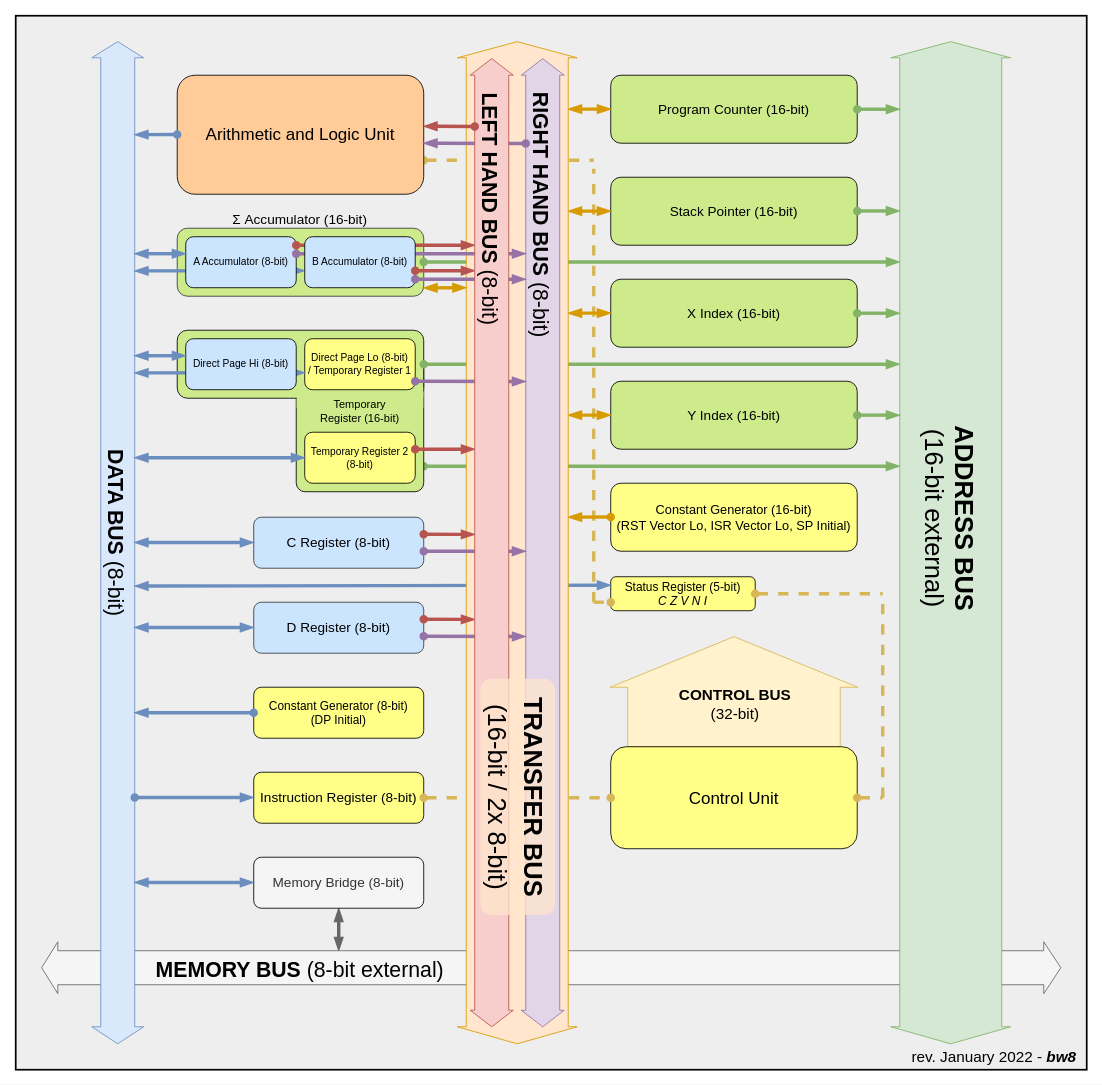
The draw.io diagram docs/assets/arch_diagram.drawio in bwburnsides/BW8cpu, before the edit. Source tidied: cells renumbered, new cells numbered last; positions are measured from the earlier drawing's top-left corner, leaving out a move shared by most shapes. Both pictures are drawn from the tidied source at 85%, with x=0, y=0 at pixel (15, 15).
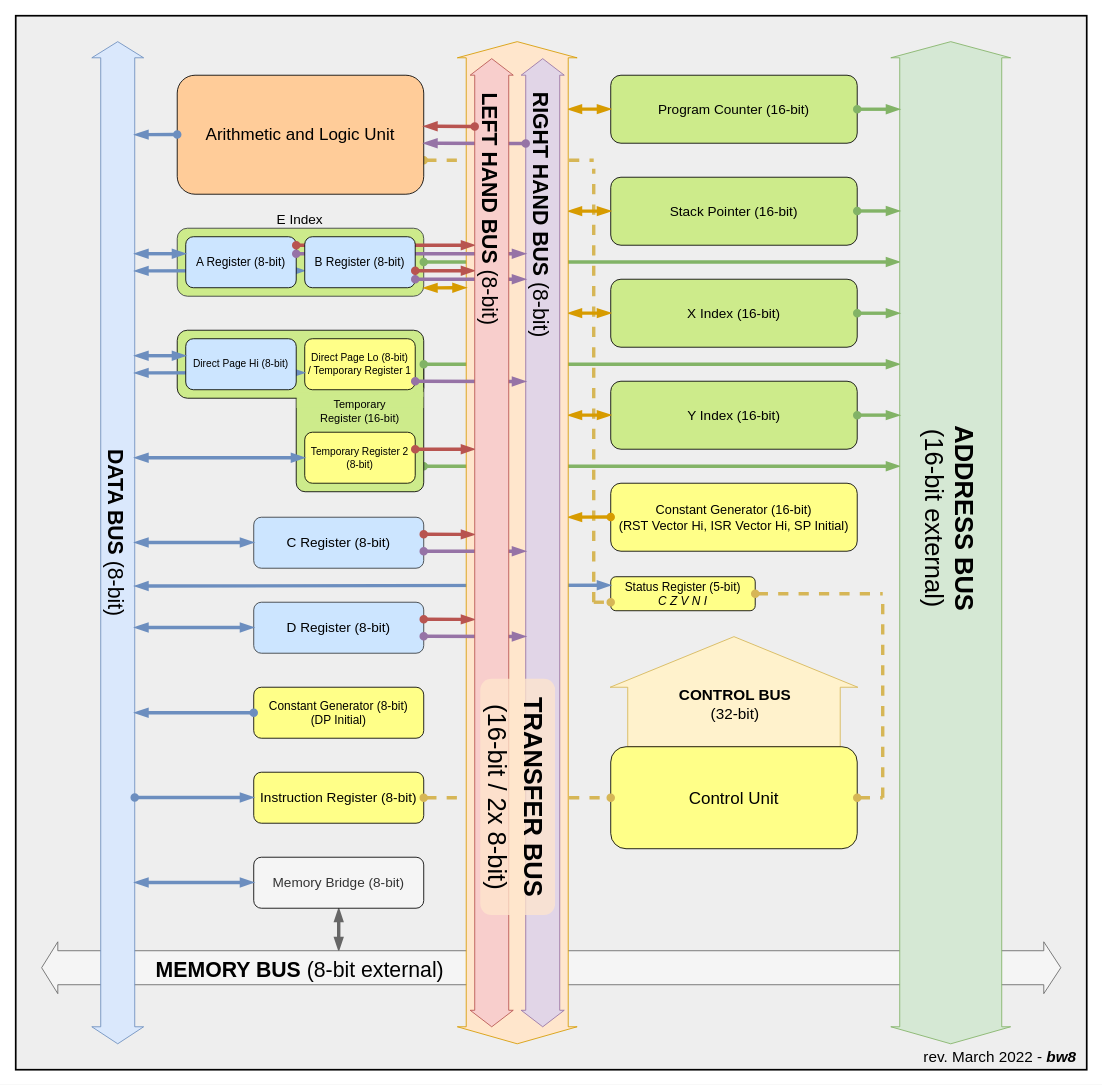
Above is the later version.

Commit message (it also covers changes not shown here):
updated arch diagram

What changed in the source:
```diff
@@
-    <mxCell id="19" value="&lt;font style=&quot;font-size: 15px&quot;&gt;Constant Generator (16-bit)&lt;br&gt;&lt;/font&gt;&lt;div style=&quot;font-size: 15px&quot;&gt;&lt;font style=&quot;font-size: 15px&quot;&gt;&lt;font style=&quot;font-size: 15px&quot;&gt;(RST Vector Lo, ISR Vector Lo, SP Initial)&lt;/font&gt;&lt;br style=&quot;font-size: 16px&quot;&gt;&lt;/font&gt;&lt;/div&gt;" style="rounded=1;whiteSpace=wrap;html=1;fillColor=#ffff88;strokeColor=#000000;fontSize=16;" parent="1" vertex="1">
+    <mxCell id="19" value="&lt;font style=&quot;font-size: 15px&quot;&gt;Constant Generator (16-bit)&lt;br&gt;&lt;/font&gt;&lt;div style=&quot;font-size: 15px&quot;&gt;&lt;font style=&quot;font-size: 15px&quot;&gt;&lt;font style=&quot;font-size: 15px&quot;&gt;(RST Vector Hi, ISR Vector Hi, SP Initial)&lt;/font&gt;&lt;br style=&quot;font-size: 16px&quot;&gt;&lt;/font&gt;&lt;/div&gt;" style="rounded=1;whiteSpace=wrap;html=1;fillColor=#ffff88;strokeColor=#000000;fontSize=16;" parent="1" vertex="1">
       <mxGeometry x="700" y="550" width="290" height="80" as="geometry" />
     </mxCell>
@@
-    <mxCell id="30" value="&lt;font style=&quot;font-size: 16px&quot;&gt;&lt;span&gt;Σ Accumulator (16-bit)&lt;br&gt;&lt;/span&gt;&lt;/font&gt;" style="text;html=1;strokeColor=none;fillColor=none;align=center;verticalAlign=middle;whiteSpace=wrap;rounded=0;fontSize=10;" parent="1" vertex="1">
+    <mxCell id="30" value="&lt;font style=&quot;font-size: 16px&quot;&gt;E Index&lt;/font&gt;" style="text;html=1;strokeColor=none;fillColor=none;align=center;verticalAlign=middle;whiteSpace=wrap;rounded=0;fontSize=10;" parent="1" vertex="1">
       <mxGeometry x="250.3" y="230" width="169.4" height="20" as="geometry" />
     </mxCell>
@@
-    <mxCell id="41" value="&lt;font style=&quot;font-size: 12px&quot;&gt;A Accumulator (8-bit)&lt;/font&gt;" style="rounded=1;whiteSpace=wrap;html=1;fillColor=#cce5ff;strokeColor=#000000;" parent="1" vertex="1">
+    <mxCell id="41" value="&lt;font style=&quot;font-size: 14px&quot;&gt;A Register (8-bit)&lt;/font&gt;" style="rounded=1;whiteSpace=wrap;html=1;fillColor=#cce5ff;strokeColor=#000000;" parent="1" vertex="1">
       <mxGeometry x="200" y="260" width="130" height="60" as="geometry" />
     </mxCell>
@@
-    <mxCell id="73" value="&lt;font style=&quot;font-size: 12px&quot;&gt;B Accumulator (8-bit)&lt;/font&gt;" style="rounded=1;whiteSpace=wrap;html=1;fillColor=#cce5ff;strokeColor=#000000;" parent="1" vertex="1">
+    <mxCell id="73" value="&lt;font style=&quot;font-size: 14px&quot;&gt;B Register (8-bit)&lt;/font&gt;" style="rounded=1;whiteSpace=wrap;html=1;fillColor=#cce5ff;strokeColor=#000000;" parent="1" vertex="1">
       <mxGeometry x="340" y="260" width="130" height="60" as="geometry" />
     </mxCell>
@@
-    <mxCell id="76" value="rev. January 2022 - &lt;i style=&quot;font-size: 18px&quot;&gt;&lt;b style=&quot;font-size: 18px&quot;&gt;bw8&lt;/b&gt;&lt;/i&gt; " style="text;html=1;strokeColor=none;fillColor=none;align=right;verticalAlign=middle;whiteSpace=wrap;rounded=0;labelBackgroundColor=none;fontSize=18;fontColor=#000000;" parent="1" vertex="1">
+    <mxCell id="76" value="rev. March 2022 - &lt;i style=&quot;font-size: 18px&quot;&gt;&lt;b style=&quot;font-size: 18px&quot;&gt;bw8&lt;/b&gt;&lt;/i&gt; " style="text;html=1;strokeColor=none;fillColor=none;align=right;verticalAlign=middle;whiteSpace=wrap;rounded=0;labelBackgroundColor=none;fontSize=18;fontColor=#000000;" parent="1" vertex="1">
       <mxGeometry x="1000" y="1210" width="250" height="30" as="geometry" />
     </mxCell>
```
